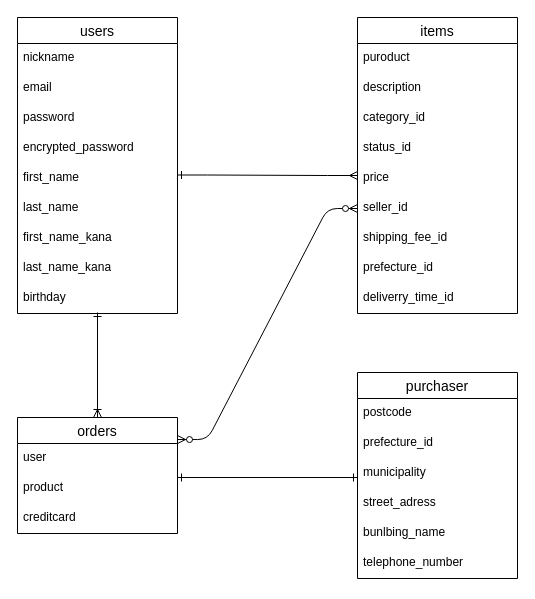
Earlier version of the draw.io diagram furima.dio (Date-Koki/furima-45136). Source tidied: cells renumbered, new cells numbered last; positions are measured from the earlier drawing's top-left corner, leaving out a move shared by most shapes. Both pictures are drawn from the tidied source at 100%, with x=0, y=0 at pixel (17, 17).
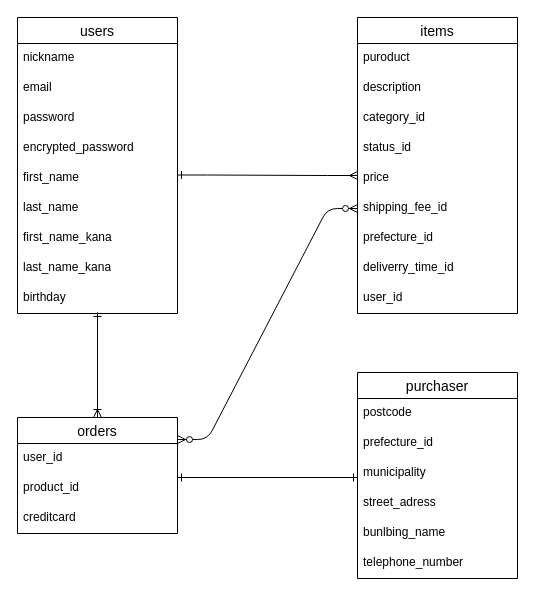
The same page after the edit.

The change refers to these unchanged cells:
```xml
<mxCell id="2" value="items" style="swimlane;fontStyle=0;horizontal=1;startSize=26;align=center;fontSize=14;" parent="1" vertex="1">
  <mxGeometry x="340" width="160" height="296" as="geometry" />
</mxCell>
<mxCell id="12" value="orders" style="swimlane;fontStyle=0;horizontal=1;startSize=26;align=center;fontSize=14;" parent="1" vertex="1">
  <mxGeometry y="400" width="160" height="116" as="geometry" />
</mxCell>
```

Change to the diagram source:
```diff
@@
-    <mxCell id="8" value="seller_id&lt;div&gt;&lt;br&gt;&lt;/div&gt;" style="text;strokeColor=none;fillColor=none;spacingLeft=4;spacingRight=4;overflow=hidden;points=[[0,0.5],[1,0.5]];portConstraint=eastwest;fontSize=12;whiteSpace=wrap;html=1;" parent="2" vertex="1">
-      <mxGeometry y="176" width="160" height="30" as="geometry" />
-    </mxCell>
     <mxCell id="9" value="shipping_fee_id" style="text;strokeColor=none;fillColor=none;spacingLeft=4;spacingRight=4;overflow=hidden;fontSize=12;whiteSpace=wrap;html=1;" parent="2" vertex="1">
-      <mxGeometry y="206" width="160" height="30" as="geometry" />
+      <mxGeometry y="176" width="160" height="30" as="geometry" />
     </mxCell>
     <mxCell id="10" value="prefecture_id" style="text;strokeColor=none;fillColor=none;spacingLeft=4;spacingRight=4;overflow=hidden;fontSize=12;whiteSpace=wrap;html=1;" parent="2" vertex="1">
-      <mxGeometry y="236" width="160" height="30" as="geometry" />
+      <mxGeometry y="206" width="160" height="30" as="geometry" />
     </mxCell>
     <mxCell id="11" value="deliverry_time_id" style="text;strokeColor=none;fillColor=none;spacingLeft=4;spacingRight=4;overflow=hidden;fontSize=12;whiteSpace=wrap;html=1;" parent="2" vertex="1">
-      <mxGeometry y="266" width="160" height="30" as="geometry" />
+      <mxGeometry y="236" width="160" height="30" as="geometry" />
     </mxCell>
+    <mxCell id="37" value="user_id" style="text;strokeColor=none;fillColor=none;spacingLeft=4;spacingRight=4;overflow=hidden;fontSize=12;whiteSpace=wrap;html=1;" parent="2" vertex="1">
+      <mxGeometry y="266" width="160" height="30" as="geometry" />
+    </mxCell>
@@
-    <mxCell id="13" value="user" style="text;strokeColor=none;fillColor=none;spacingLeft=4;spacingRight=4;overflow=hidden;fontSize=12;whiteSpace=wrap;html=1;" parent="12" vertex="1">
+    <mxCell id="13" value="user_id" style="text;strokeColor=none;fillColor=none;spacingLeft=4;spacingRight=4;overflow=hidden;fontSize=12;whiteSpace=wrap;html=1;" parent="12" vertex="1">
       <mxGeometry y="26" width="160" height="30" as="geometry" />
     </mxCell>
-    <mxCell id="14" value="product" style="text;strokeColor=none;fillColor=none;spacingLeft=4;spacingRight=4;overflow=hidden;fontSize=12;whiteSpace=wrap;html=1;" parent="12" vertex="1">
+    <mxCell id="14" value="product_id" style="text;strokeColor=none;fillColor=none;spacingLeft=4;spacingRight=4;overflow=hidden;fontSize=12;whiteSpace=wrap;html=1;" parent="12" vertex="1">
       <mxGeometry y="56" width="160" height="30" as="geometry" />
     </mxCell>
@@
-    <mxCell id="36" style="edgeStyle=entityRelationEdgeStyle;fontSize=12;html=1;endArrow=ERzeroToMany;endFill=1;startArrow=ERzeroToMany;exitX=1;exitY=0.19;exitDx=0;exitDy=0;exitPerimeter=0;entryX=0;entryY=0.5;entryDx=0;entryDy=0;" parent="1" edge="1" source="12" target="8">
-      <mxGeometry relative="1" as="geometry" />
+    <mxCell id="36" style="edgeStyle=entityRelationEdgeStyle;fontSize=12;html=1;endArrow=ERzeroToMany;endFill=1;startArrow=ERzeroToMany;exitX=1;exitY=0.19;exitDx=0;exitDy=0;exitPerimeter=0;entryX=0;entryY=0.5;entryDx=0;entryDy=0;" parent="1" edge="1" source="12">
+      <mxGeometry relative="1" as="geometry">
+        <mxPoint x="340" y="191" as="targetPoint" />
+      </mxGeometry>
     </mxCell>
```
